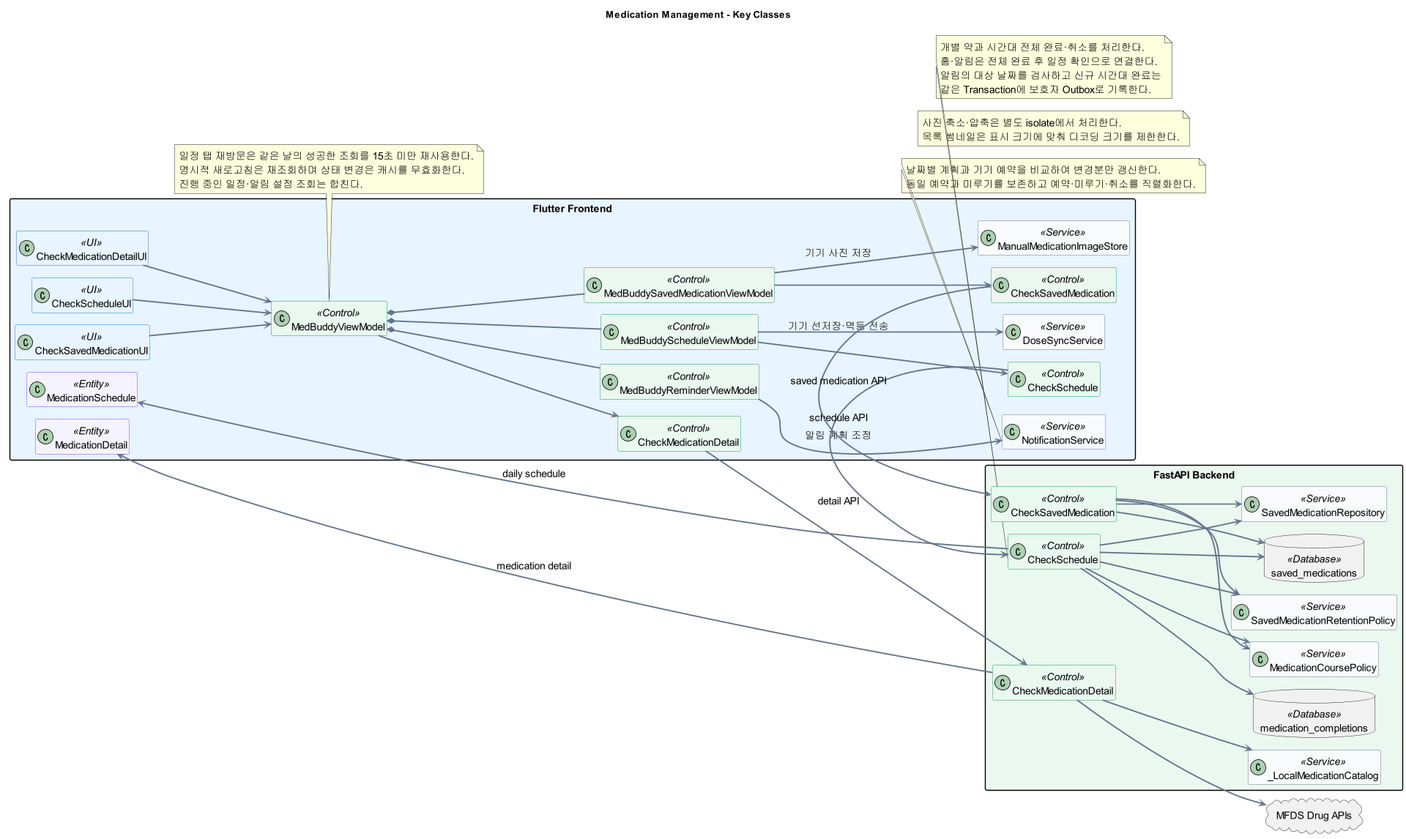
1window2/MedBuddy keeps this PlantUML diagram as docs/UML/class/03_MedicationManagement.png. Above is the earlier version.
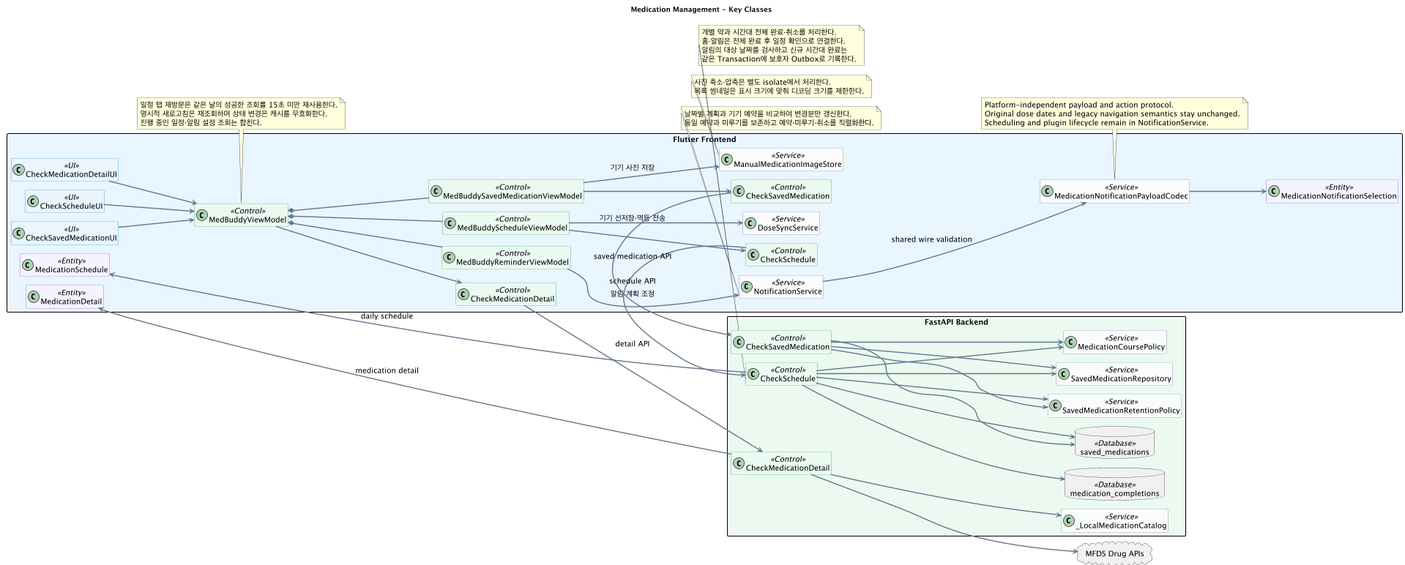
After the commit.

What changed in the source:
```diff
@@ -1,4 +1,5 @@
 @startuml
+!pragma layout smetana
 allowmixing
 scale max 1920 width
 left to right direction
@@ -40,6 +41,8 @@
   class MedBuddyReminderViewModel <<Control>>
   class DoseSyncService <<Service>>
   class NotificationService <<Service>>
+  class MedicationNotificationPayloadCodec <<Service>>
+  class MedicationNotificationSelection <<Entity>>
   class ManualMedicationImageStore <<Service>>
   class "CheckSchedule" as FCheckSchedule <<Control>>
   class "CheckSavedMedication" as FCheckSavedMedication <<Control>>
@@ -73,6 +76,13 @@
 MedBuddySavedMedicationViewModel --> FCheckSavedMedication
 MedBuddyViewModel --> FCheckMedicationDetail
 MedBuddyReminderViewModel --> NotificationService : 알림 계획 조정
+NotificationService --> MedicationNotificationPayloadCodec : shared wire validation
+MedicationNotificationPayloadCodec --> MedicationNotificationSelection
+note bottom of MedicationNotificationPayloadCodec
+  Platform-independent payload and action protocol.
+  Original dose dates and legacy navigation semantics stay unchanged.
+  Scheduling and plugin lifecycle remain in NotificationService.
+end note
 MedBuddySavedMedicationViewModel --> ManualMedicationImageStore : 기기 사진 저장
 
 note bottom of MedBuddyViewModel
```
